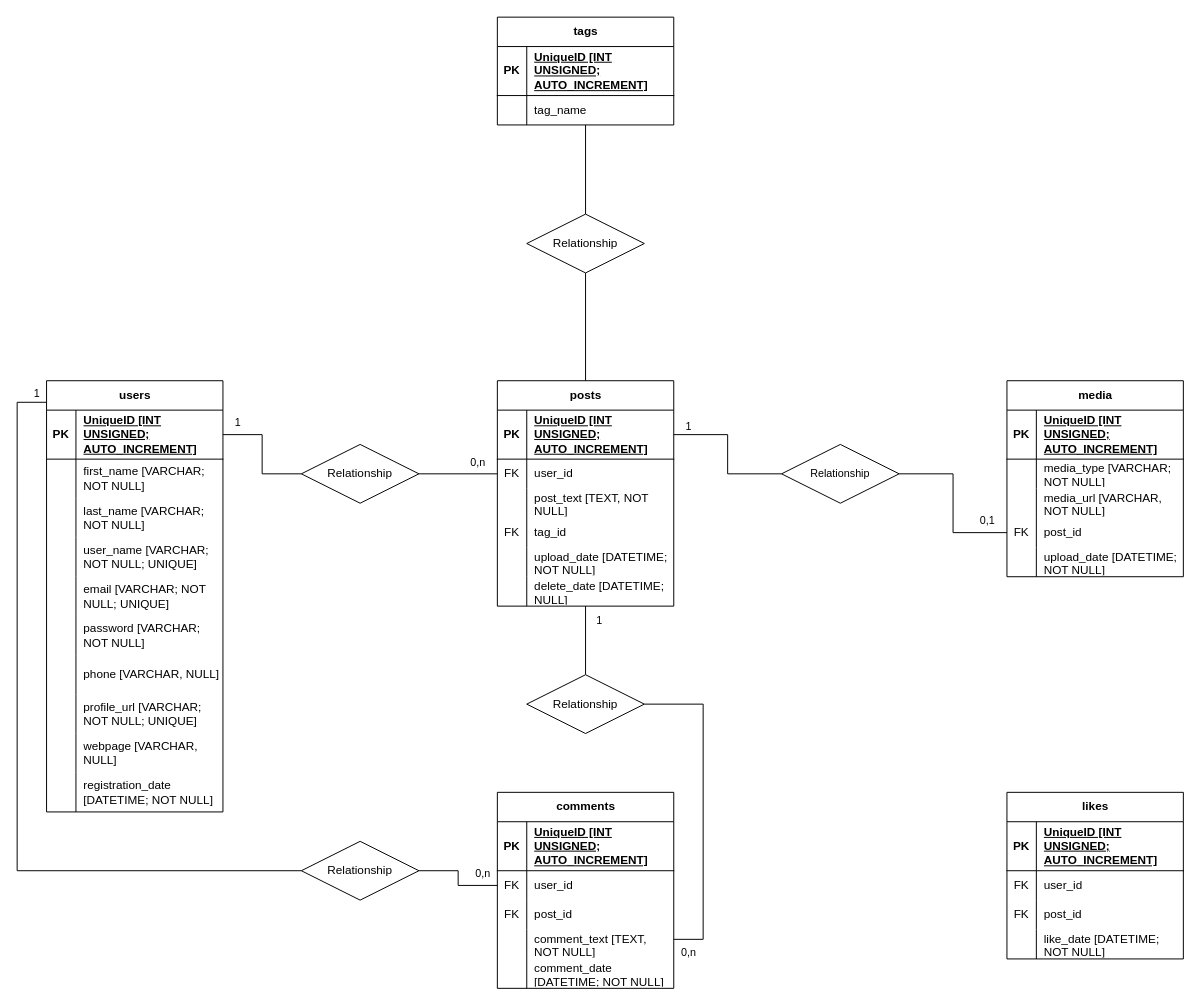
Above: ER-socilal-platform.drawio in MattiaCanopoli/social-platform (draw.io), before the change. Source tidied: cells renumbered, new cells numbered last; positions are measured from the earlier drawing's top-left corner, leaving out a move shared by most shapes. Both pictures are drawn from the tidied source at 98%, with x=0, y=0 at pixel (17, 17).
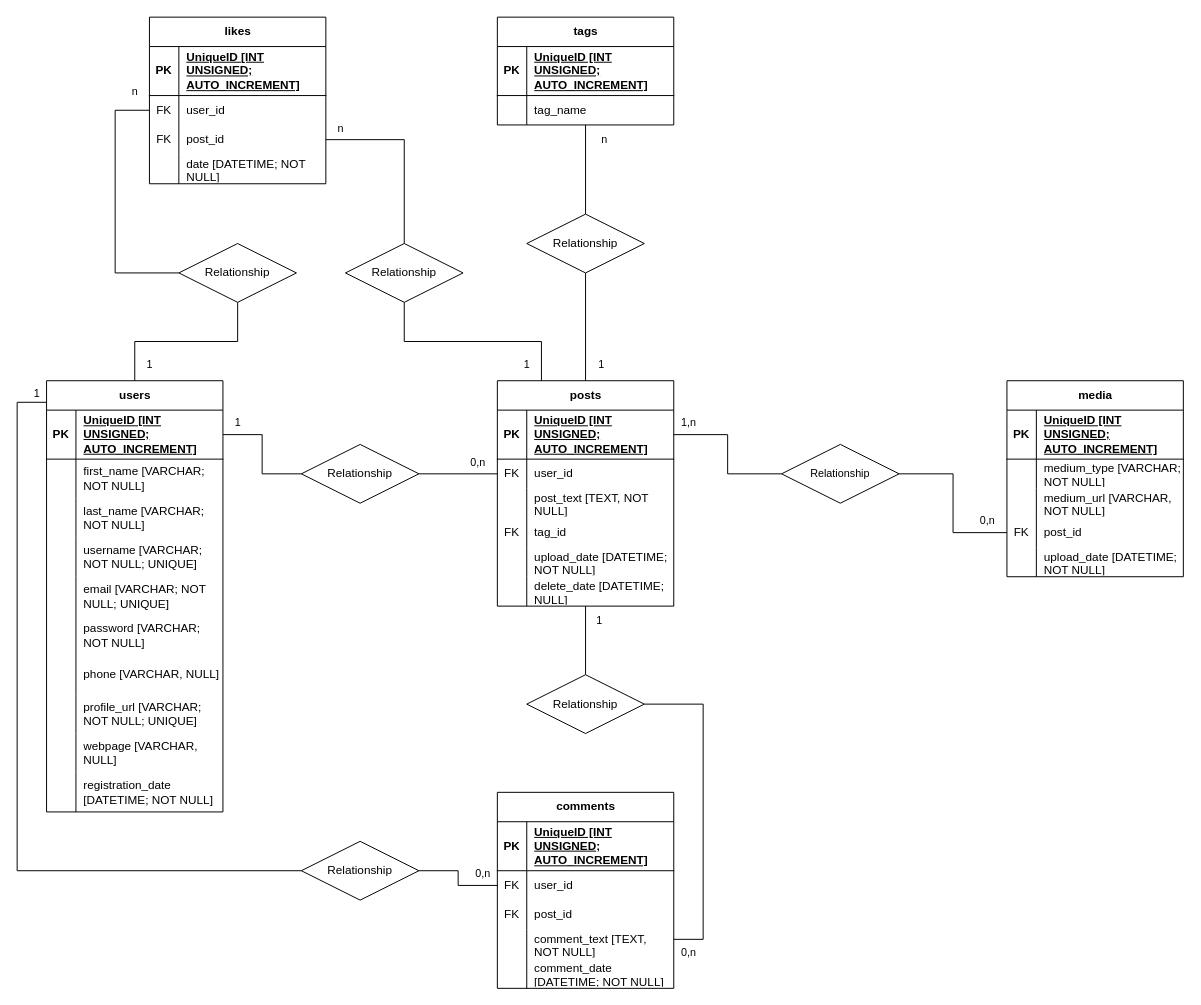
After the change.

The change refers to these unchanged cells:
```xml
<mxCell id="2" value="users" style="shape=table;startSize=30;childLayout=tableLayout;rowLines=0;fontStyle=1;align=center;html=1;" parent="1" vertex="1">
  <mxGeometry x="30" y="371" width="180" height="440" as="geometry" />
</mxCell>
<mxCell id="12" style="shape=tableRow;horizontal=0;startSize=0;swimlaneHead=0;swimlaneBody=0;fillColor=none;top=0;left=0;right=0;bottom=0;" parent="2" vertex="1">
  <mxGeometry y="160" width="180" height="40" as="geometry" />
</mxCell>
<mxCell id="33" value="posts" style="shape=table;startSize=30;childLayout=tableLayout;rowLines=0;fontStyle=1;align=center;html=1;" parent="1" vertex="1">
  <mxGeometry x="490" y="371" width="180" height="230" as="geometry" />
</mxCell>
<mxCell id="56" style="shape=tableRow;horizontal=0;startSize=0;swimlaneHead=0;swimlaneBody=0;fillColor=none;top=0;left=0;right=0;bottom=0;" parent="52" vertex="1">
  <mxGeometry y="80" width="180" height="30" as="geometry" />
</mxCell>
<mxCell id="59" style="shape=tableRow;horizontal=0;startSize=0;swimlaneHead=0;swimlaneBody=0;fillColor=none;top=0;left=0;right=0;bottom=0;" parent="52" vertex="1">
  <mxGeometry y="110" width="180" height="30" as="geometry" />
</mxCell>
<mxCell id="72" style="shape=tableRow;horizontal=0;startSize=0;swimlaneHead=0;swimlaneBody=0;fillColor=none;points=[[0,0.5],[1,0.5]];portConstraint=eastwest;top=0;left=0;right=0;bottom=0;" parent="68" vertex="1">
  <mxGeometry y="80" width="180" height="30" as="geometry" />
</mxCell>
<mxCell id="75" style="shape=tableRow;horizontal=0;startSize=0;swimlaneHead=0;swimlaneBody=0;fillColor=none;points=[[0,0.5],[1,0.5]];portConstraint=eastwest;top=0;left=0;right=0;bottom=0;" parent="68" vertex="1">
  <mxGeometry y="110" width="180" height="30" as="geometry" />
</mxCell>
<mxCell id="78" style="shape=tableRow;horizontal=0;startSize=0;swimlaneHead=0;swimlaneBody=0;fillColor=none;top=0;left=0;right=0;bottom=0;" parent="68" vertex="1">
  <mxGeometry y="140" width="180" height="30" as="geometry" />
</mxCell>
```

Change to the diagram source:
```diff
@@
-    <mxCell id="14" value="&lt;div&gt;user_name [VARCHAR; NOT NULL; UNIQUE]&lt;/div&gt;" style="shape=partialRectangle;fillColor=none;top=0;left=0;bottom=0;right=0;align=left;spacingLeft=6;overflow=hidden;whiteSpace=wrap;html=1;" parent="12" vertex="1">
+    <mxCell id="14" value="&lt;div&gt;username [VARCHAR; NOT NULL; UNIQUE]&lt;/div&gt;" style="shape=partialRectangle;fillColor=none;top=0;left=0;bottom=0;right=0;align=left;spacingLeft=6;overflow=hidden;whiteSpace=wrap;html=1;" parent="12" vertex="1">
       <mxGeometry x="30" width="150" height="40" as="geometry" />
     </mxCell>
@@
-    <mxCell id="58" value="media_type [VARCHAR; NOT NULL]" style="shape=partialRectangle;fillColor=none;top=0;left=0;bottom=0;right=0;align=left;spacingLeft=6;overflow=hidden;whiteSpace=wrap;html=1;" parent="56" vertex="1">
+    <mxCell id="58" value="medium_type [VARCHAR; NOT NULL]" style="shape=partialRectangle;fillColor=none;top=0;left=0;bottom=0;right=0;align=left;spacingLeft=6;overflow=hidden;whiteSpace=wrap;html=1;" parent="56" vertex="1">
       <mxGeometry x="30" width="150" height="30" as="geometry" />
     </mxCell>
@@
-    <mxCell id="61" value="media_url [VARCHAR, NOT NULL]" style="shape=partialRectangle;fillColor=none;top=0;left=0;bottom=0;right=0;align=left;spacingLeft=6;overflow=hidden;whiteSpace=wrap;html=1;" parent="59" vertex="1">
+    <mxCell id="61" value="medium_url [VARCHAR, NOT NULL]" style="shape=partialRectangle;fillColor=none;top=0;left=0;bottom=0;right=0;align=left;spacingLeft=6;overflow=hidden;whiteSpace=wrap;html=1;" parent="59" vertex="1">
       <mxGeometry x="30" width="150" height="30" as="geometry" />
     </mxCell>
@@
     <mxCell id="68" value="&lt;div&gt;likes&lt;/div&gt;" style="shape=table;startSize=30;childLayout=tableLayout;rowLines=0;fontStyle=1;align=center;html=1;" parent="1" vertex="1">
-      <mxGeometry x="1010" y="791" width="180" height="170" as="geometry" />
+      <mxGeometry x="135" width="180" height="170" as="geometry" />
     </mxCell>
@@
-    <mxCell id="80" value="like_date [DATETIME; NOT NULL]" style="shape=partialRectangle;fillColor=none;top=0;left=0;bottom=0;right=0;align=left;spacingLeft=6;overflow=hidden;whiteSpace=wrap;html=1;" parent="78" vertex="1">
+    <mxCell id="80" value="date [DATETIME; NOT NULL]" style="shape=partialRectangle;fillColor=none;top=0;left=0;bottom=0;right=0;align=left;spacingLeft=6;overflow=hidden;whiteSpace=wrap;html=1;" parent="78" vertex="1">
       <mxGeometry x="30" width="150" height="30" as="geometry" />
     </mxCell>
@@
-    <mxCell id="125" value="1" style="text;html=1;align=center;verticalAlign=middle;strokeColor=none;fillColor=none;fontFamily=Helvetica;fontSize=11;fontColor=default;labelBackgroundColor=default;" parent="1" vertex="1">
-      <mxGeometry x="670" y="403" width="30" height="30" as="geometry" />
+    <mxCell id="125" value="1,n" style="text;html=1;align=center;verticalAlign=middle;strokeColor=none;fillColor=none;fontFamily=Helvetica;fontSize=11;fontColor=default;labelBackgroundColor=default;" parent="1" vertex="1">
+      <mxGeometry x="665" y="399" width="40" height="30" as="geometry" />
     </mxCell>
-    <mxCell id="126" value="0,1" style="text;html=1;align=center;verticalAlign=middle;strokeColor=none;fillColor=none;fontFamily=Helvetica;fontSize=11;fontColor=default;labelBackgroundColor=default;" parent="1" vertex="1">
+    <mxCell id="126" value="0,n" style="text;html=1;align=center;verticalAlign=middle;strokeColor=none;fillColor=none;fontFamily=Helvetica;fontSize=11;fontColor=default;labelBackgroundColor=default;" parent="1" vertex="1">
       <mxGeometry x="970" y="499" width="40" height="30" as="geometry" />
     </mxCell>
+    <mxCell id="127" value="1" style="text;html=1;align=center;verticalAlign=middle;strokeColor=none;fillColor=none;fontFamily=Helvetica;fontSize=11;fontColor=default;labelBackgroundColor=default;" parent="1" vertex="1">
+      <mxGeometry x="581" y="339" width="30" height="30" as="geometry" />
+    </mxCell>
+    <mxCell id="128" value="n" style="text;html=1;align=center;verticalAlign=middle;strokeColor=none;fillColor=none;fontFamily=Helvetica;fontSize=11;fontColor=default;labelBackgroundColor=default;" parent="1" vertex="1">
+      <mxGeometry x="584" y="110" width="30" height="30" as="geometry" />
+    </mxCell>
+    <mxCell id="129" style="edgeStyle=orthogonalEdgeStyle;shape=connector;rounded=0;jettySize=auto;html=1;exitX=0.5;exitY=1;exitDx=0;exitDy=0;entryX=0.5;entryY=0;entryDx=0;entryDy=0;strokeColor=default;align=center;verticalAlign=middle;fontFamily=Helvetica;fontSize=11;fontColor=default;labelBackgroundColor=default;endArrow=none;endFill=0;" parent="1" edge="1" source="130" target="2">
+      <mxGeometry relative="1" as="geometry" />
+    </mxCell>
+    <mxCell id="130" value="Relationship" style="shape=rhombus;perimeter=rhombusPerimeter;whiteSpace=wrap;html=1;align=center;" parent="1" vertex="1">
+      <mxGeometry x="165" y="231" width="120" height="60" as="geometry" />
+    </mxCell>
+    <mxCell id="131" style="edgeStyle=orthogonalEdgeStyle;shape=connector;rounded=0;jettySize=auto;html=1;exitX=0;exitY=0.5;exitDx=0;exitDy=0;entryX=0;entryY=0.5;entryDx=0;entryDy=0;strokeColor=default;align=center;verticalAlign=middle;fontFamily=Helvetica;fontSize=11;fontColor=default;labelBackgroundColor=default;endArrow=none;endFill=0;" parent="1" edge="1" source="72" target="130">
+      <mxGeometry relative="1" as="geometry">
+        <Array as="points">
+          <mxPoint x="100" y="95" />
+          <mxPoint x="100" y="261" />
+        </Array>
+      </mxGeometry>
+    </mxCell>
+    <mxCell id="132" value="1" style="text;html=1;align=center;verticalAlign=middle;strokeColor=none;fillColor=none;fontFamily=Helvetica;fontSize=11;fontColor=default;labelBackgroundColor=default;" parent="1" vertex="1">
+      <mxGeometry x="120" y="339" width="30" height="30" as="geometry" />
+    </mxCell>
+    <mxCell id="133" value="n" style="text;html=1;align=center;verticalAlign=middle;strokeColor=none;fillColor=none;fontFamily=Helvetica;fontSize=11;fontColor=default;labelBackgroundColor=default;" parent="1" vertex="1">
+      <mxGeometry x="105" y="61" width="30" height="30" as="geometry" />
+    </mxCell>
+    <mxCell id="134" style="edgeStyle=orthogonalEdgeStyle;shape=connector;rounded=0;jettySize=auto;html=1;exitX=0.5;exitY=1;exitDx=0;exitDy=0;entryX=0.25;entryY=0;entryDx=0;entryDy=0;strokeColor=default;align=center;verticalAlign=middle;fontFamily=Helvetica;fontSize=11;fontColor=default;labelBackgroundColor=default;endArrow=none;endFill=0;" parent="1" edge="1" source="135" target="33">
+      <mxGeometry relative="1" as="geometry" />
+    </mxCell>
+    <mxCell id="135" value="Relationship" style="shape=rhombus;perimeter=rhombusPerimeter;whiteSpace=wrap;html=1;align=center;" parent="1" vertex="1">
+      <mxGeometry x="335" y="231" width="120" height="60" as="geometry" />
+    </mxCell>
+    <mxCell id="136" style="edgeStyle=orthogonalEdgeStyle;shape=connector;rounded=0;jettySize=auto;html=1;exitX=1;exitY=0.5;exitDx=0;exitDy=0;strokeColor=default;align=center;verticalAlign=middle;fontFamily=Helvetica;fontSize=11;fontColor=default;labelBackgroundColor=default;endArrow=none;endFill=0;" parent="1" edge="1" source="75" target="135">
+      <mxGeometry relative="1" as="geometry" />
+    </mxCell>
+    <mxCell id="137" value="&lt;div&gt;n&lt;/div&gt;" style="text;html=1;align=center;verticalAlign=middle;strokeColor=none;fillColor=none;fontFamily=Helvetica;fontSize=11;fontColor=default;labelBackgroundColor=default;" parent="1" vertex="1">
+      <mxGeometry x="315" y="99" width="30" height="30" as="geometry" />
+    </mxCell>
+    <mxCell id="138" value="1" style="text;html=1;align=center;verticalAlign=middle;strokeColor=none;fillColor=none;fontFamily=Helvetica;fontSize=11;fontColor=default;labelBackgroundColor=default;" parent="1" vertex="1">
+      <mxGeometry x="505" y="339" width="30" height="30" as="geometry" />
+    </mxCell>
```
